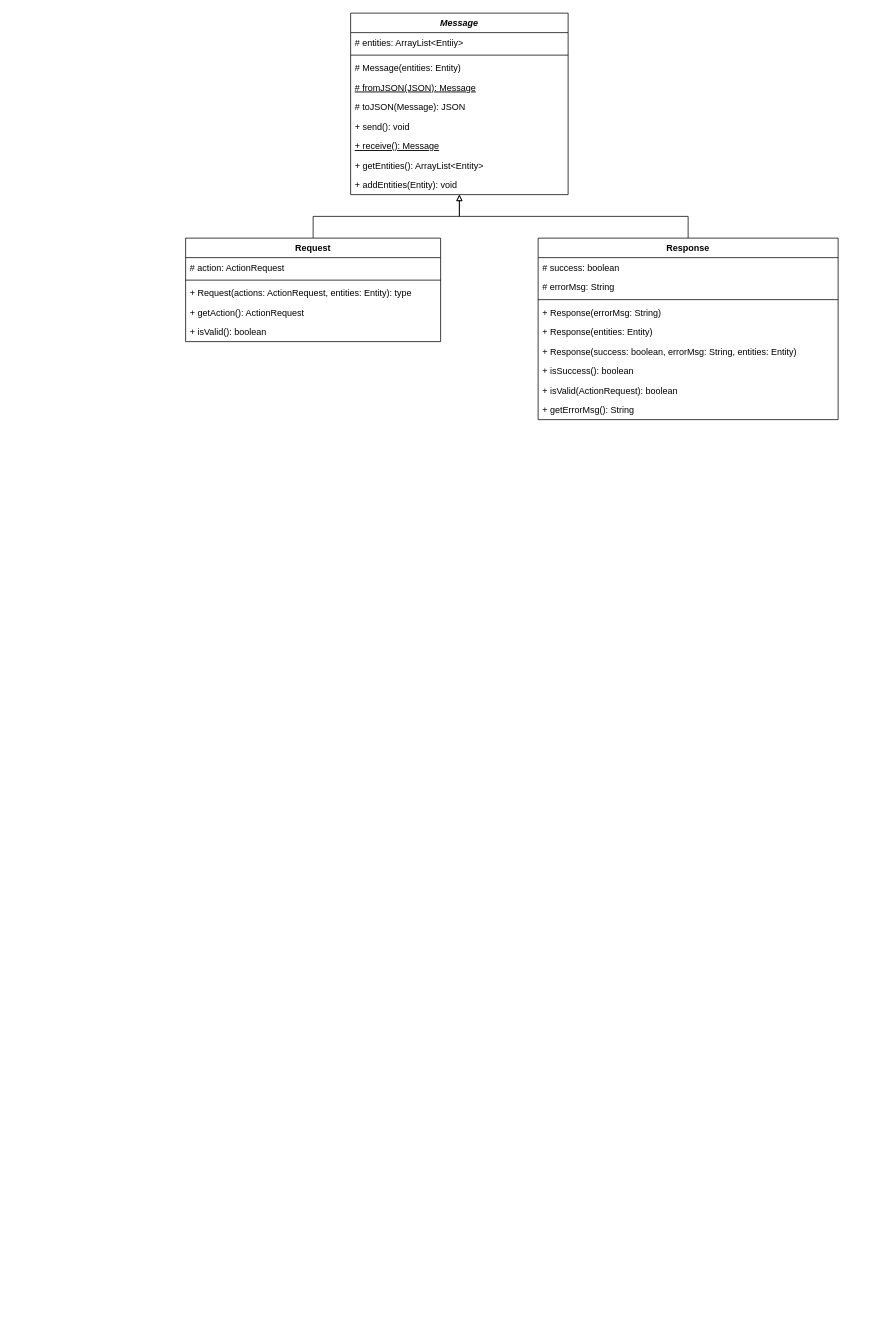
Before: page "Common" (4 of 4) of drawio/project.drawio in nferrante1/lsmsd2, a draw.io diagram. Source tidied: cells renumbered, new cells numbered last; positions are measured from the earlier drawing's top-left corner, leaving out a move shared by most shapes. Both pictures are drawn from the tidied source at 75%, with x=0, y=0 at pixel (185, 13).
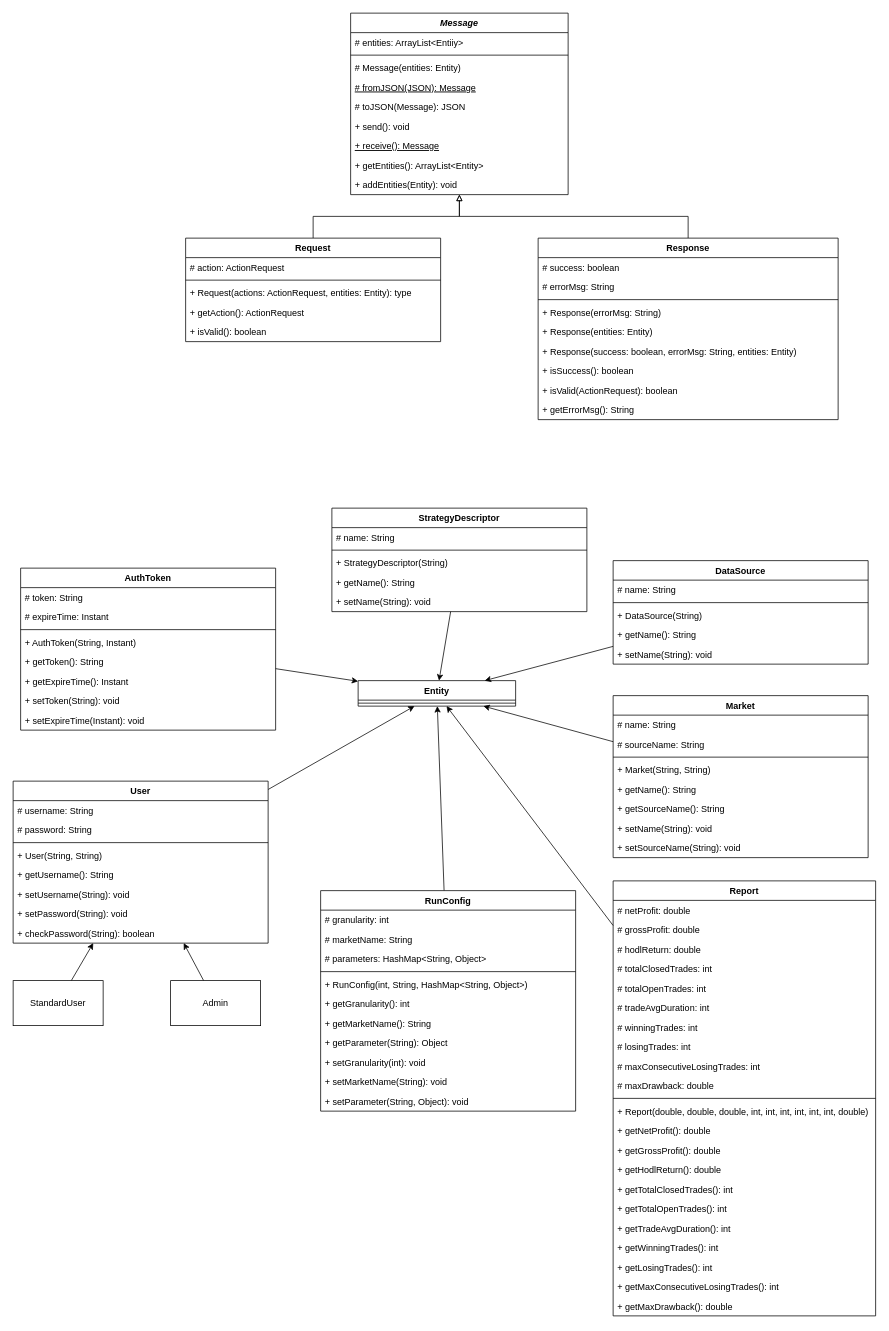
After the change.

Diff of the diagram source:
```diff
@@
+    <mxCell id="30" value="Entity" style="swimlane;fontStyle=1;align=center;verticalAlign=top;horizontal=1;startSize=26;" parent="1" vertex="1">
+      <mxGeometry x="230" y="890" width="210" height="34" as="geometry" />
+    </mxCell>
+    <mxCell id="31" style="line;strokeWidth=1;fillColor=none;align=left;verticalAlign=middle;spacingTop=-1;spacingLeft=3;spacingRight=3;labelPosition=right;" parent="30" vertex="1">
+      <mxGeometry y="26" width="210" height="8" as="geometry" />
+    </mxCell>
+    <mxCell id="32" style="edgeStyle=none;rounded=0;jettySize=auto;html=1;" parent="1" edge="1" source="33" target="30">
+      <mxGeometry relative="1" as="geometry" />
+    </mxCell>
+    <mxCell id="33" value="AuthToken" style="swimlane;fontStyle=1;align=center;verticalAlign=top;horizontal=1;startSize=26;" parent="1" vertex="1">
+      <mxGeometry x="-220" y="740" width="340" height="216" as="geometry" />
+    </mxCell>
+    <mxCell id="34" value="# token: String" style="text;strokeColor=none;fillColor=none;align=left;verticalAlign=top;spacingLeft=4;spacingRight=4;overflow=hidden;" parent="33" vertex="1">
+      <mxGeometry y="26" width="340" height="26" as="geometry" />
+    </mxCell>
+    <mxCell id="35" value="# expireTime: Instant" style="text;strokeColor=none;fillColor=none;align=left;verticalAlign=top;spacingLeft=4;spacingRight=4;overflow=hidden;" parent="33" vertex="1">
+      <mxGeometry y="52" width="340" height="26" as="geometry" />
+    </mxCell>
+    <mxCell id="36" style="line;strokeWidth=1;fillColor=none;align=left;verticalAlign=middle;spacingTop=-1;spacingLeft=3;spacingRight=3;labelPosition=right;" parent="33" vertex="1">
+      <mxGeometry y="78" width="340" height="8" as="geometry" />
+    </mxCell>
+    <mxCell id="37" value="+ AuthToken(String, Instant)" style="text;strokeColor=none;fillColor=none;align=left;verticalAlign=top;spacingLeft=4;spacingRight=4;overflow=hidden;" parent="33" vertex="1">
+      <mxGeometry y="86" width="340" height="26" as="geometry" />
+    </mxCell>
+    <mxCell id="38" value="+ getToken(): String" style="text;strokeColor=none;fillColor=none;align=left;verticalAlign=top;spacingLeft=4;spacingRight=4;overflow=hidden;" parent="33" vertex="1">
+      <mxGeometry y="112" width="340" height="26" as="geometry" />
+    </mxCell>
+    <mxCell id="39" value="+ getExpireTime(): Instant" style="text;strokeColor=none;fillColor=none;align=left;verticalAlign=top;spacingLeft=4;spacingRight=4;overflow=hidden;" parent="33" vertex="1">
+      <mxGeometry y="138" width="340" height="26" as="geometry" />
+    </mxCell>
+    <mxCell id="40" value="+ setToken(String): void" style="text;strokeColor=none;fillColor=none;align=left;verticalAlign=top;spacingLeft=4;spacingRight=4;overflow=hidden;" parent="33" vertex="1">
+      <mxGeometry y="164" width="340" height="26" as="geometry" />
+    </mxCell>
+    <mxCell id="41" value="+ setExpireTime(Instant): void" style="text;strokeColor=none;fillColor=none;align=left;verticalAlign=top;spacingLeft=4;spacingRight=4;overflow=hidden;" parent="33" vertex="1">
+      <mxGeometry y="190" width="340" height="26" as="geometry" />
+    </mxCell>
+    <mxCell id="42" style="edgeStyle=none;rounded=0;jettySize=auto;html=1;" parent="1" edge="1" source="43" target="30">
+      <mxGeometry relative="1" as="geometry" />
+    </mxCell>
+    <mxCell id="43" value="User" style="swimlane;fontStyle=1;align=center;verticalAlign=top;horizontal=1;startSize=26;" parent="1" vertex="1">
+      <mxGeometry x="-230" y="1024" width="340" height="216" as="geometry" />
+    </mxCell>
+    <mxCell id="44" value="# username: String" style="text;strokeColor=none;fillColor=none;align=left;verticalAlign=top;spacingLeft=4;spacingRight=4;overflow=hidden;" parent="43" vertex="1">
+      <mxGeometry y="26" width="340" height="26" as="geometry" />
+    </mxCell>
+    <mxCell id="45" value="# password: String" style="text;strokeColor=none;fillColor=none;align=left;verticalAlign=top;spacingLeft=4;spacingRight=4;overflow=hidden;" parent="43" vertex="1">
+      <mxGeometry y="52" width="340" height="26" as="geometry" />
+    </mxCell>
+    <mxCell id="46" style="line;strokeWidth=1;fillColor=none;align=left;verticalAlign=middle;spacingTop=-1;spacingLeft=3;spacingRight=3;labelPosition=right;" parent="43" vertex="1">
+      <mxGeometry y="78" width="340" height="8" as="geometry" />
+    </mxCell>
+    <mxCell id="47" value="+ User(String, String)" style="text;strokeColor=none;fillColor=none;align=left;verticalAlign=top;spacingLeft=4;spacingRight=4;overflow=hidden;" parent="43" vertex="1">
+      <mxGeometry y="86" width="340" height="26" as="geometry" />
+    </mxCell>
+    <mxCell id="48" value="+ getUsername(): String" style="text;strokeColor=none;fillColor=none;align=left;verticalAlign=top;spacingLeft=4;spacingRight=4;overflow=hidden;" parent="43" vertex="1">
+      <mxGeometry y="112" width="340" height="26" as="geometry" />
+    </mxCell>
+    <mxCell id="49" value="+ setUsername(String): void" style="text;strokeColor=none;fillColor=none;align=left;verticalAlign=top;spacingLeft=4;spacingRight=4;overflow=hidden;" parent="43" vertex="1">
+      <mxGeometry y="138" width="340" height="26" as="geometry" />
+    </mxCell>
+    <mxCell id="50" value="+ setPassword(String): void" style="text;strokeColor=none;fillColor=none;align=left;verticalAlign=top;spacingLeft=4;spacingRight=4;overflow=hidden;" parent="43" vertex="1">
+      <mxGeometry y="164" width="340" height="26" as="geometry" />
+    </mxCell>
+    <mxCell id="51" value="+ checkPassword(String): boolean" style="text;strokeColor=none;fillColor=none;align=left;verticalAlign=top;spacingLeft=4;spacingRight=4;overflow=hidden;" parent="43" vertex="1">
+      <mxGeometry y="190" width="340" height="26" as="geometry" />
+    </mxCell>
+    <mxCell id="52" style="edgeStyle=none;rounded=0;jettySize=auto;html=1;" parent="1" edge="1" source="53" target="30">
+      <mxGeometry relative="1" as="geometry" />
+    </mxCell>
+    <mxCell id="53" value="RunConfig" style="swimlane;fontStyle=1;align=center;verticalAlign=top;horizontal=1;startSize=26;" parent="1" vertex="1">
+      <mxGeometry x="180" y="1170" width="340" height="294" as="geometry" />
+    </mxCell>
+    <mxCell id="54" value="# granularity: int" style="text;strokeColor=none;fillColor=none;align=left;verticalAlign=top;spacingLeft=4;spacingRight=4;overflow=hidden;" parent="53" vertex="1">
+      <mxGeometry y="26" width="340" height="26" as="geometry" />
+    </mxCell>
+    <mxCell id="55" value="# marketName: String" style="text;strokeColor=none;fillColor=none;align=left;verticalAlign=top;spacingLeft=4;spacingRight=4;overflow=hidden;" parent="53" vertex="1">
+      <mxGeometry y="52" width="340" height="26" as="geometry" />
+    </mxCell>
+    <mxCell id="56" value="# parameters: HashMap&lt;String, Object&gt;" style="text;strokeColor=none;fillColor=none;align=left;verticalAlign=top;spacingLeft=4;spacingRight=4;overflow=hidden;" parent="53" vertex="1">
+      <mxGeometry y="78" width="340" height="26" as="geometry" />
+    </mxCell>
+    <mxCell id="57" style="line;strokeWidth=1;fillColor=none;align=left;verticalAlign=middle;spacingTop=-1;spacingLeft=3;spacingRight=3;labelPosition=right;" parent="53" vertex="1">
+      <mxGeometry y="104" width="340" height="8" as="geometry" />
+    </mxCell>
+    <mxCell id="58" value="+ RunConfig(int, String, HashMap&lt;String, Object&gt;)" style="text;strokeColor=none;fillColor=none;align=left;verticalAlign=top;spacingLeft=4;spacingRight=4;overflow=hidden;" parent="53" vertex="1">
+      <mxGeometry y="112" width="340" height="26" as="geometry" />
+    </mxCell>
+    <mxCell id="59" value="+ getGranularity(): int" style="text;strokeColor=none;fillColor=none;align=left;verticalAlign=top;spacingLeft=4;spacingRight=4;overflow=hidden;" parent="53" vertex="1">
+      <mxGeometry y="138" width="340" height="26" as="geometry" />
+    </mxCell>
+    <mxCell id="60" value="+ getMarketName(): String" style="text;strokeColor=none;fillColor=none;align=left;verticalAlign=top;spacingLeft=4;spacingRight=4;overflow=hidden;" parent="53" vertex="1">
+      <mxGeometry y="164" width="340" height="26" as="geometry" />
+    </mxCell>
+    <mxCell id="61" value="+ getParameter(String): Object" style="text;strokeColor=none;fillColor=none;align=left;verticalAlign=top;spacingLeft=4;spacingRight=4;overflow=hidden;" parent="53" vertex="1">
+      <mxGeometry y="190" width="340" height="26" as="geometry" />
+    </mxCell>
+    <mxCell id="62" value="+ setGranularity(int): void" style="text;strokeColor=none;fillColor=none;align=left;verticalAlign=top;spacingLeft=4;spacingRight=4;overflow=hidden;" parent="53" vertex="1">
+      <mxGeometry y="216" width="340" height="26" as="geometry" />
+    </mxCell>
+    <mxCell id="63" value="+ setMarketName(String): void" style="text;strokeColor=none;fillColor=none;align=left;verticalAlign=top;spacingLeft=4;spacingRight=4;overflow=hidden;" parent="53" vertex="1">
+      <mxGeometry y="242" width="340" height="26" as="geometry" />
+    </mxCell>
+    <mxCell id="64" value="+ setParameter(String, Object): void" style="text;strokeColor=none;fillColor=none;align=left;verticalAlign=top;spacingLeft=4;spacingRight=4;overflow=hidden;" parent="53" vertex="1">
+      <mxGeometry y="268" width="340" height="26" as="geometry" />
+    </mxCell>
+    <mxCell id="65" style="edgeStyle=none;rounded=0;jettySize=auto;html=1;" parent="1" edge="1" source="66" target="43">
+      <mxGeometry relative="1" as="geometry" />
+    </mxCell>
+    <mxCell id="66" value="StandardUser" style="rounded=0;whiteSpace=wrap;html=1;" parent="1" vertex="1">
+      <mxGeometry x="-230" y="1290" width="120" height="60" as="geometry" />
+    </mxCell>
+    <mxCell id="67" style="edgeStyle=none;rounded=0;jettySize=auto;html=1;" parent="1" edge="1" source="68" target="43">
+      <mxGeometry relative="1" as="geometry" />
+    </mxCell>
+    <mxCell id="68" value="Admin" style="rounded=0;whiteSpace=wrap;html=1;" parent="1" vertex="1">
+      <mxGeometry x="-20" y="1290" width="120" height="60" as="geometry" />
+    </mxCell>
+    <mxCell id="69" style="edgeStyle=none;rounded=0;jettySize=auto;html=1;" parent="1" edge="1" source="70" target="30">
+      <mxGeometry relative="1" as="geometry" />
+    </mxCell>
+    <mxCell id="70" value="StrategyDescriptor" style="swimlane;fontStyle=1;align=center;verticalAlign=top;horizontal=1;startSize=26;" parent="1" vertex="1">
+      <mxGeometry x="195" y="660" width="340" height="138" as="geometry" />
+    </mxCell>
+    <mxCell id="71" value="# name: String" style="text;strokeColor=none;fillColor=none;align=left;verticalAlign=top;spacingLeft=4;spacingRight=4;overflow=hidden;" parent="70" vertex="1">
+      <mxGeometry y="26" width="340" height="26" as="geometry" />
+    </mxCell>
+    <mxCell id="72" style="line;strokeWidth=1;fillColor=none;align=left;verticalAlign=middle;spacingTop=-1;spacingLeft=3;spacingRight=3;labelPosition=right;" parent="70" vertex="1">
+      <mxGeometry y="52" width="340" height="8" as="geometry" />
+    </mxCell>
+    <mxCell id="73" value="+ StrategyDescriptor(String)" style="text;strokeColor=none;fillColor=none;align=left;verticalAlign=top;spacingLeft=4;spacingRight=4;overflow=hidden;" parent="70" vertex="1">
+      <mxGeometry y="60" width="340" height="26" as="geometry" />
+    </mxCell>
+    <mxCell id="74" value="+ getName(): String" style="text;strokeColor=none;fillColor=none;align=left;verticalAlign=top;spacingLeft=4;spacingRight=4;overflow=hidden;" parent="70" vertex="1">
+      <mxGeometry y="86" width="340" height="26" as="geometry" />
+    </mxCell>
+    <mxCell id="75" value="+ setName(String): void" style="text;strokeColor=none;fillColor=none;align=left;verticalAlign=top;spacingLeft=4;spacingRight=4;overflow=hidden;" parent="70" vertex="1">
+      <mxGeometry y="112" width="340" height="26" as="geometry" />
+    </mxCell>
+    <mxCell id="76" style="edgeStyle=none;rounded=0;jettySize=auto;html=1;" parent="1" edge="1" source="77" target="30">
+      <mxGeometry relative="1" as="geometry" />
+    </mxCell>
+    <mxCell id="77" value="Market" style="swimlane;fontStyle=1;align=center;verticalAlign=top;horizontal=1;startSize=26;" parent="1" vertex="1">
+      <mxGeometry x="570" y="910" width="340" height="216" as="geometry" />
+    </mxCell>
+    <mxCell id="78" value="# name: String" style="text;strokeColor=none;fillColor=none;align=left;verticalAlign=top;spacingLeft=4;spacingRight=4;overflow=hidden;" parent="77" vertex="1">
+      <mxGeometry y="26" width="340" height="26" as="geometry" />
+    </mxCell>
+    <mxCell id="79" value="# sourceName: String" style="text;strokeColor=none;fillColor=none;align=left;verticalAlign=top;spacingLeft=4;spacingRight=4;overflow=hidden;" parent="77" vertex="1">
+      <mxGeometry y="52" width="340" height="26" as="geometry" />
+    </mxCell>
+    <mxCell id="80" style="line;strokeWidth=1;fillColor=none;align=left;verticalAlign=middle;spacingTop=-1;spacingLeft=3;spacingRight=3;labelPosition=right;" parent="77" vertex="1">
+      <mxGeometry y="78" width="340" height="8" as="geometry" />
+    </mxCell>
+    <mxCell id="81" value="+ Market(String, String)" style="text;strokeColor=none;fillColor=none;align=left;verticalAlign=top;spacingLeft=4;spacingRight=4;overflow=hidden;" parent="77" vertex="1">
+      <mxGeometry y="86" width="340" height="26" as="geometry" />
+    </mxCell>
+    <mxCell id="82" value="+ getName(): String" style="text;strokeColor=none;fillColor=none;align=left;verticalAlign=top;spacingLeft=4;spacingRight=4;overflow=hidden;" parent="77" vertex="1">
+      <mxGeometry y="112" width="340" height="26" as="geometry" />
+    </mxCell>
+    <mxCell id="83" value="+ getSourceName(): String" style="text;strokeColor=none;fillColor=none;align=left;verticalAlign=top;spacingLeft=4;spacingRight=4;overflow=hidden;" parent="77" vertex="1">
+      <mxGeometry y="138" width="340" height="26" as="geometry" />
+    </mxCell>
+    <mxCell id="84" value="+ setName(String): void" style="text;strokeColor=none;fillColor=none;align=left;verticalAlign=top;spacingLeft=4;spacingRight=4;overflow=hidden;" parent="77" vertex="1">
+      <mxGeometry y="164" width="340" height="26" as="geometry" />
+    </mxCell>
+    <mxCell id="85" value="+ setSourceName(String): void" style="text;strokeColor=none;fillColor=none;align=left;verticalAlign=top;spacingLeft=4;spacingRight=4;overflow=hidden;" parent="77" vertex="1">
+      <mxGeometry y="190" width="340" height="26" as="geometry" />
+    </mxCell>
+    <mxCell id="86" style="edgeStyle=none;rounded=0;jettySize=auto;html=1;" parent="1" edge="1" source="87" target="30">
+      <mxGeometry relative="1" as="geometry" />
+    </mxCell>
+    <mxCell id="87" value="DataSource" style="swimlane;fontStyle=1;align=center;verticalAlign=top;horizontal=1;startSize=26;" parent="1" vertex="1">
+      <mxGeometry x="570" y="730" width="340" height="138" as="geometry" />
+    </mxCell>
+    <mxCell id="88" value="# name: String" style="text;strokeColor=none;fillColor=none;align=left;verticalAlign=top;spacingLeft=4;spacingRight=4;overflow=hidden;" parent="87" vertex="1">
+      <mxGeometry y="26" width="340" height="26" as="geometry" />
+    </mxCell>
+    <mxCell id="89" style="line;strokeWidth=1;fillColor=none;align=left;verticalAlign=middle;spacingTop=-1;spacingLeft=3;spacingRight=3;labelPosition=right;" parent="87" vertex="1">
+      <mxGeometry y="52" width="340" height="8" as="geometry" />
+    </mxCell>
+    <mxCell id="90" value="+ DataSource(String)" style="text;strokeColor=none;fillColor=none;align=left;verticalAlign=top;spacingLeft=4;spacingRight=4;overflow=hidden;" parent="87" vertex="1">
+      <mxGeometry y="60" width="340" height="26" as="geometry" />
+    </mxCell>
+    <mxCell id="91" value="+ getName(): String" style="text;strokeColor=none;fillColor=none;align=left;verticalAlign=top;spacingLeft=4;spacingRight=4;overflow=hidden;" parent="87" vertex="1">
+      <mxGeometry y="86" width="340" height="26" as="geometry" />
+    </mxCell>
+    <mxCell id="92" value="+ setName(String): void" style="text;strokeColor=none;fillColor=none;align=left;verticalAlign=top;spacingLeft=4;spacingRight=4;overflow=hidden;" parent="87" vertex="1">
+      <mxGeometry y="112" width="340" height="26" as="geometry" />
+    </mxCell>
+    <mxCell id="93" style="edgeStyle=none;rounded=0;jettySize=auto;html=1;" parent="1" edge="1" source="94" target="30">
+      <mxGeometry relative="1" as="geometry" />
+    </mxCell>
+    <mxCell id="94" value="Report" style="swimlane;fontStyle=1;align=center;verticalAlign=top;horizontal=1;startSize=26;" parent="1" vertex="1">
+      <mxGeometry x="570" y="1157" width="350" height="580" as="geometry" />
+    </mxCell>
+    <mxCell id="95" value="# netProfit: double" style="text;strokeColor=none;fillColor=none;align=left;verticalAlign=top;spacingLeft=4;spacingRight=4;overflow=hidden;" parent="94" vertex="1">
+      <mxGeometry y="26" width="350" height="26" as="geometry" />
+    </mxCell>
+    <mxCell id="96" value="# grossProfit: double" style="text;strokeColor=none;fillColor=none;align=left;verticalAlign=top;spacingLeft=4;spacingRight=4;overflow=hidden;" parent="94" vertex="1">
+      <mxGeometry y="52" width="350" height="26" as="geometry" />
+    </mxCell>
+    <mxCell id="97" value="# hodlReturn: double" style="text;strokeColor=none;fillColor=none;align=left;verticalAlign=top;spacingLeft=4;spacingRight=4;overflow=hidden;" parent="94" vertex="1">
+      <mxGeometry y="78" width="350" height="26" as="geometry" />
+    </mxCell>
+    <mxCell id="98" value="# totalClosedTrades: int" style="text;strokeColor=none;fillColor=none;align=left;verticalAlign=top;spacingLeft=4;spacingRight=4;overflow=hidden;" parent="94" vertex="1">
+      <mxGeometry y="104" width="350" height="26" as="geometry" />
+    </mxCell>
+    <mxCell id="99" value="# totalOpenTrades: int" style="text;strokeColor=none;fillColor=none;align=left;verticalAlign=top;spacingLeft=4;spacingRight=4;overflow=hidden;" parent="94" vertex="1">
+      <mxGeometry y="130" width="350" height="26" as="geometry" />
+    </mxCell>
+    <mxCell id="100" value="# tradeAvgDuration: int" style="text;strokeColor=none;fillColor=none;align=left;verticalAlign=top;spacingLeft=4;spacingRight=4;overflow=hidden;" parent="94" vertex="1">
+      <mxGeometry y="156" width="350" height="26" as="geometry" />
+    </mxCell>
+    <mxCell id="101" value="# winningTrades: int" style="text;strokeColor=none;fillColor=none;align=left;verticalAlign=top;spacingLeft=4;spacingRight=4;overflow=hidden;" parent="94" vertex="1">
+      <mxGeometry y="182" width="350" height="26" as="geometry" />
+    </mxCell>
+    <mxCell id="102" value="# losingTrades: int" style="text;strokeColor=none;fillColor=none;align=left;verticalAlign=top;spacingLeft=4;spacingRight=4;overflow=hidden;" parent="94" vertex="1">
+      <mxGeometry y="208" width="350" height="26" as="geometry" />
+    </mxCell>
+    <mxCell id="103" value="# maxConsecutiveLosingTrades: int" style="text;strokeColor=none;fillColor=none;align=left;verticalAlign=top;spacingLeft=4;spacingRight=4;overflow=hidden;" parent="94" vertex="1">
+      <mxGeometry y="234" width="350" height="26" as="geometry" />
+    </mxCell>
+    <mxCell id="104" value="# maxDrawback: double" style="text;strokeColor=none;fillColor=none;align=left;verticalAlign=top;spacingLeft=4;spacingRight=4;overflow=hidden;" parent="94" vertex="1">
+      <mxGeometry y="260" width="350" height="26" as="geometry" />
+    </mxCell>
+    <mxCell id="105" style="line;strokeWidth=1;fillColor=none;align=left;verticalAlign=middle;spacingTop=-1;spacingLeft=3;spacingRight=3;labelPosition=right;" parent="94" vertex="1">
+      <mxGeometry y="286" width="350" height="8" as="geometry" />
+    </mxCell>
+    <mxCell id="106" value="+ Report(double, double, double, int, int, int, int, int, int, double)" style="text;strokeColor=none;fillColor=none;align=left;verticalAlign=top;spacingLeft=4;spacingRight=4;overflow=hidden;" parent="94" vertex="1">
+      <mxGeometry y="294" width="350" height="26" as="geometry" />
+    </mxCell>
+    <mxCell id="107" value="+ getNetProfit(): double" style="text;strokeColor=none;fillColor=none;align=left;verticalAlign=top;spacingLeft=4;spacingRight=4;overflow=hidden;" parent="94" vertex="1">
+      <mxGeometry y="320" width="350" height="26" as="geometry" />
+    </mxCell>
+    <mxCell id="108" value="+ getGrossProfit(): double" style="text;strokeColor=none;fillColor=none;align=left;verticalAlign=top;spacingLeft=4;spacingRight=4;overflow=hidden;" parent="94" vertex="1">
+      <mxGeometry y="346" width="350" height="26" as="geometry" />
+    </mxCell>
+    <mxCell id="109" value="+ getHodlReturn(): double" style="text;strokeColor=none;fillColor=none;align=left;verticalAlign=top;spacingLeft=4;spacingRight=4;overflow=hidden;" parent="94" vertex="1">
+      <mxGeometry y="372" width="350" height="26" as="geometry" />
+    </mxCell>
+    <mxCell id="110" value="+ getTotalClosedTrades(): int" style="text;strokeColor=none;fillColor=none;align=left;verticalAlign=top;spacingLeft=4;spacingRight=4;overflow=hidden;" parent="94" vertex="1">
+      <mxGeometry y="398" width="350" height="26" as="geometry" />
+    </mxCell>
+    <mxCell id="111" value="+ getTotalOpenTrades(): int" style="text;strokeColor=none;fillColor=none;align=left;verticalAlign=top;spacingLeft=4;spacingRight=4;overflow=hidden;" parent="94" vertex="1">
+      <mxGeometry y="424" width="350" height="26" as="geometry" />
+    </mxCell>
+    <mxCell id="112" value="+ getTradeAvgDuration(): int" style="text;strokeColor=none;fillColor=none;align=left;verticalAlign=top;spacingLeft=4;spacingRight=4;overflow=hidden;" parent="94" vertex="1">
+      <mxGeometry y="450" width="350" height="26" as="geometry" />
+    </mxCell>
+    <mxCell id="113" value="+ getWinningTrades(): int" style="text;strokeColor=none;fillColor=none;align=left;verticalAlign=top;spacingLeft=4;spacingRight=4;overflow=hidden;" parent="94" vertex="1">
+      <mxGeometry y="476" width="350" height="26" as="geometry" />
+    </mxCell>
+    <mxCell id="114" value="+ getLosingTrades(): int" style="text;strokeColor=none;fillColor=none;align=left;verticalAlign=top;spacingLeft=4;spacingRight=4;overflow=hidden;" parent="94" vertex="1">
+      <mxGeometry y="502" width="350" height="26" as="geometry" />
+    </mxCell>
+    <mxCell id="115" value="+ getMaxConsecutiveLosingTrades(): int" style="text;strokeColor=none;fillColor=none;align=left;verticalAlign=top;spacingLeft=4;spacingRight=4;overflow=hidden;" parent="94" vertex="1">
+      <mxGeometry y="528" width="350" height="26" as="geometry" />
+    </mxCell>
+    <mxCell id="116" value="+ getMaxDrawback(): double" style="text;strokeColor=none;fillColor=none;align=left;verticalAlign=top;spacingLeft=4;spacingRight=4;overflow=hidden;" parent="94" vertex="1">
+      <mxGeometry y="554" width="350" height="26" as="geometry" />
+    </mxCell>
```
